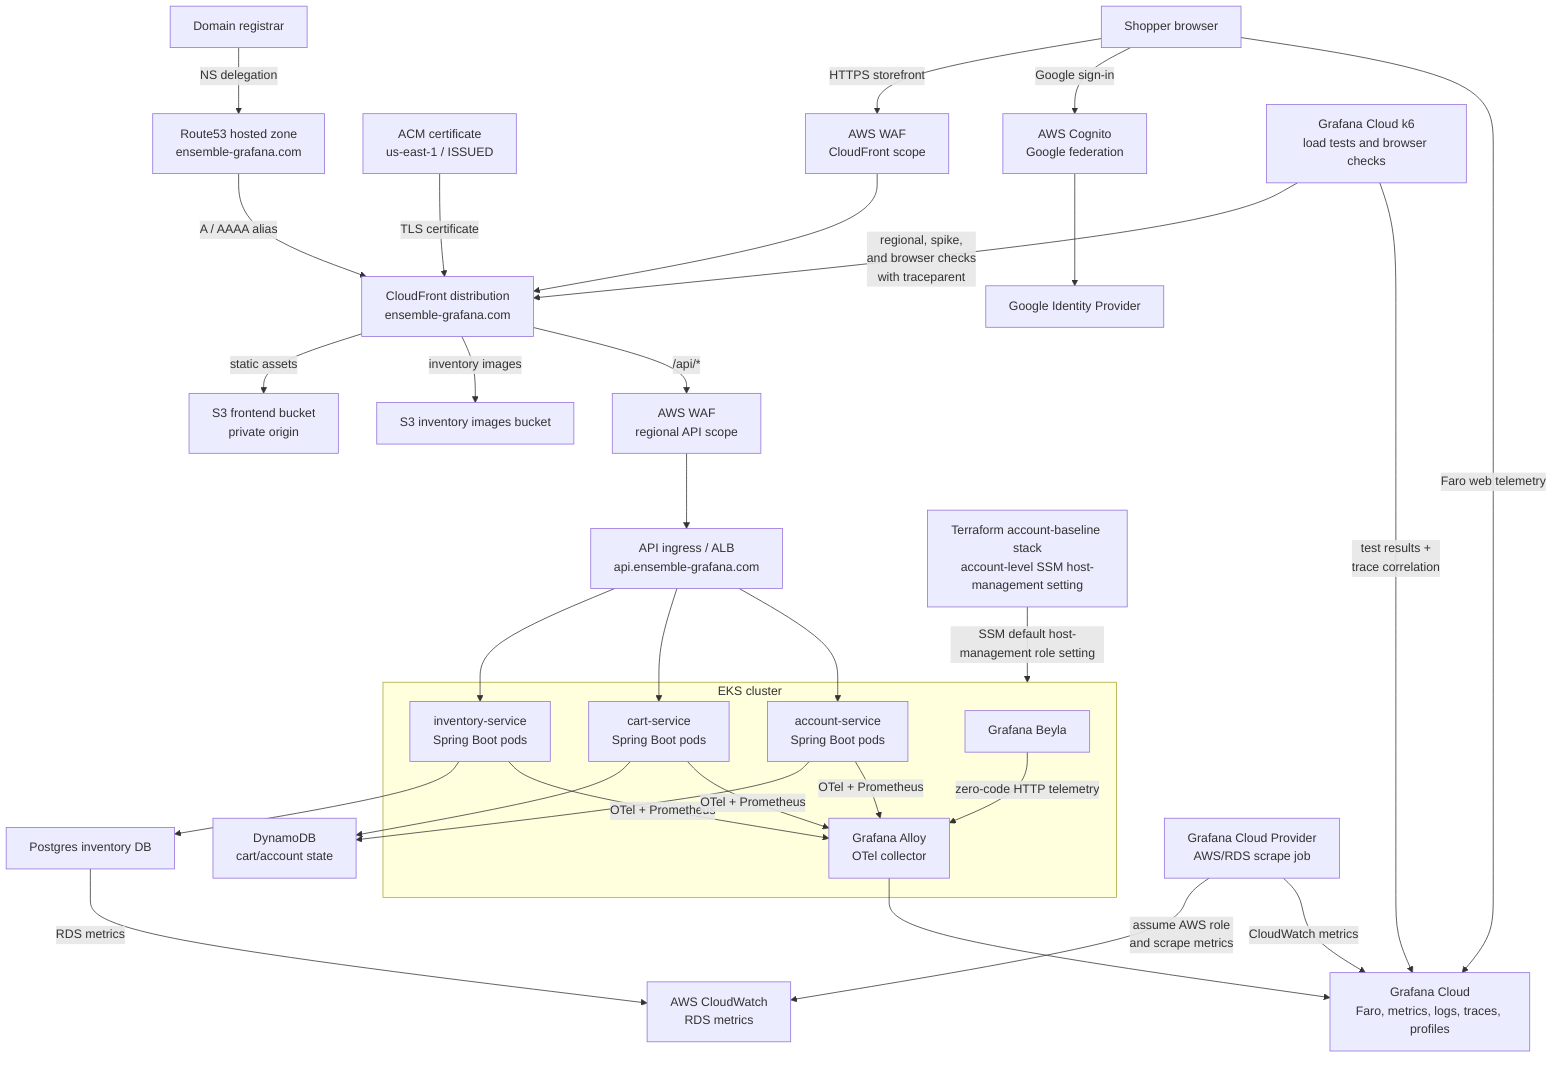
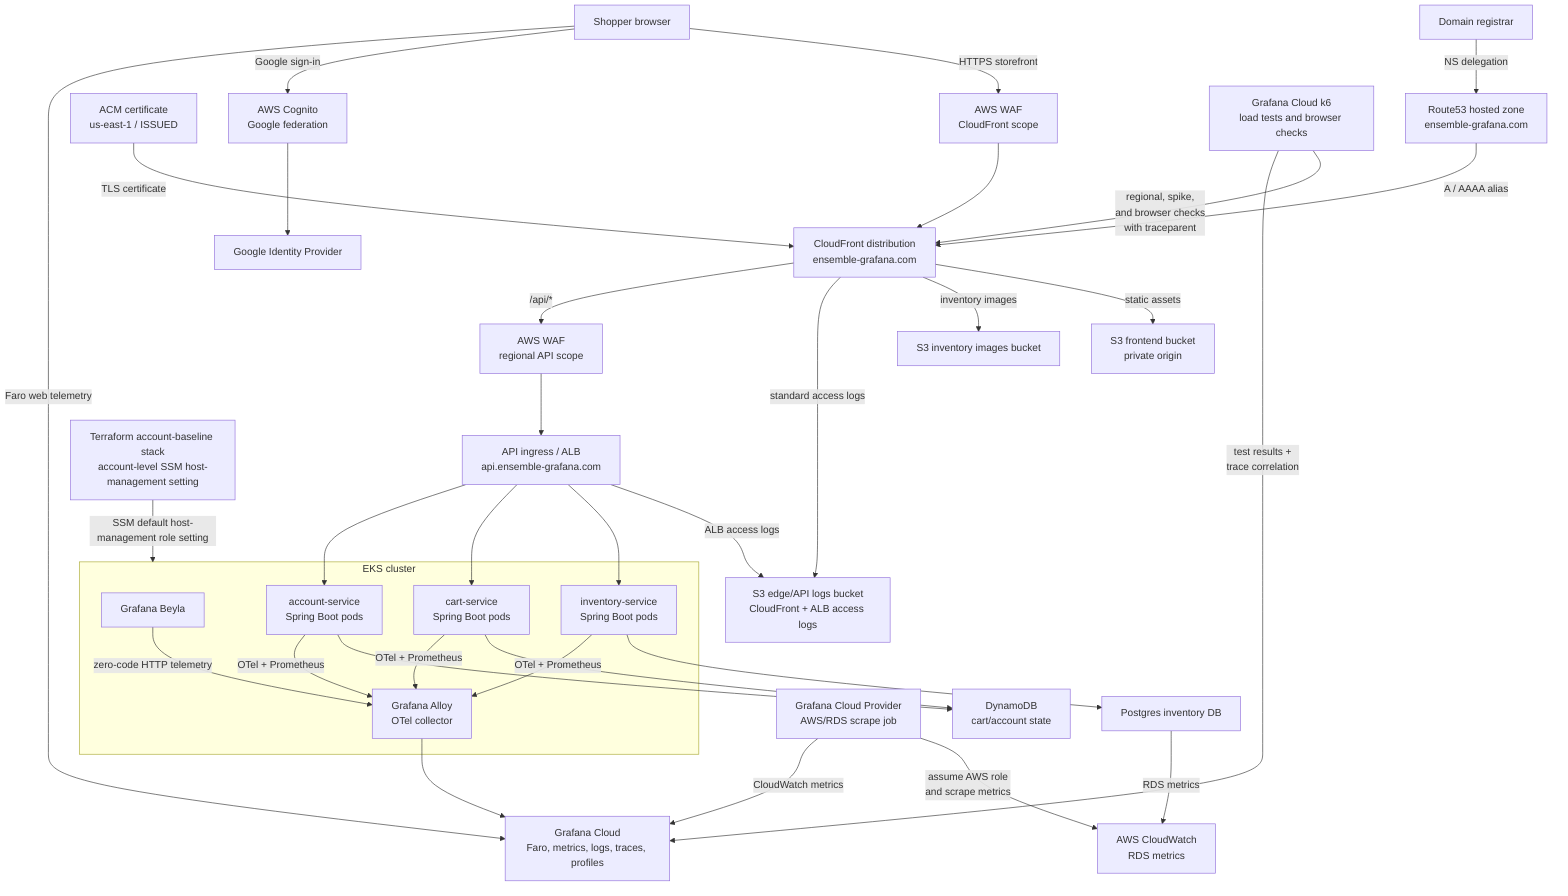
flowchart TB
  shopper["Shopper browser"]
  google["Google Identity Provider"]
  registrar["Domain registrar"]
  route53["Route53 hosted zone\nensemble-grafana.com"]
  acm["ACM certificate\nus-east-1 / ISSUED"]
  edgeWaf["AWS WAF\nCloudFront scope"]
  cloudfront["CloudFront distribution\nensemble-grafana.com"]
  staticS3["S3 frontend bucket\nprivate origin"]
  imageS3["S3 inventory images bucket"]
+   logsS3["S3 edge/API logs bucket\nCloudFront + ALB access logs"]
  apiAlb["API ingress / ALB\napi.ensemble-grafana.com"]
  regionalWaf["AWS WAF\nregional API scope"]

  subgraph eks["EKS cluster"]
    beyla["Grafana Beyla"]
    alloy["Grafana Alloy\nOTel collector"]
    inventory["inventory-service\nSpring Boot pods"]
    cart["cart-service\nSpring Boot pods"]
    account["account-service\nSpring Boot pods"]
  end

  postgres["Postgres inventory DB"]
  dynamodb["DynamoDB\ncart/account state"]
  cloudwatch["AWS CloudWatch\nRDS metrics"]
  cognito["AWS Cognito\nGoogle federation"]
  grafana["Grafana Cloud\nFaro, metrics, logs, traces, profiles"]
  cloudwatchScrape["Grafana Cloud Provider\nAWS/RDS scrape job"]
  k6["Grafana Cloud k6\nload tests and browser checks"]
  accountBaseline["Terraform account-baseline stack\naccount-level SSM host-management setting"]

  registrar -->|"NS delegation"| route53
  route53 -->|"A / AAAA alias"| cloudfront
  acm -->|"TLS certificate"| cloudfront
  shopper -->|"HTTPS storefront"| edgeWaf --> cloudfront
  shopper -->|"Google sign-in"| cognito --> google
  cloudfront -->|"static assets"| staticS3
  cloudfront -->|"inventory images"| imageS3
+   cloudfront -->|"standard access logs"| logsS3
  cloudfront -->|"/api/*"| regionalWaf --> apiAlb
+   apiAlb -->|"ALB access logs"| logsS3
  apiAlb --> inventory
  apiAlb --> cart
  apiAlb --> account
  inventory --> postgres
  cart --> dynamodb
  account --> dynamodb
  postgres -->|"RDS metrics"| cloudwatch
  cloudwatchScrape -->|"assume AWS role\nand scrape metrics"| cloudwatch
  cloudwatchScrape -->|"CloudWatch metrics"| grafana
  shopper -->|"Faro web telemetry"| grafana
  accountBaseline -->|"SSM default host-management role setting"| eks
  k6 -->|"regional, spike,\nand browser checks\nwith traceparent"| cloudfront
  k6 -->|"test results +\ntrace correlation"| grafana
  beyla -->|"zero-code HTTP telemetry"| alloy
  inventory -->|"OTel + Prometheus"| alloy
  cart -->|"OTel + Prometheus"| alloy
  account -->|"OTel + Prometheus"| alloy
  alloy --> grafana
